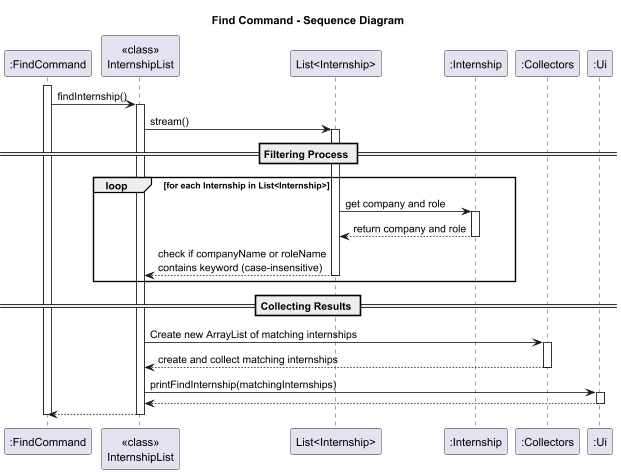
This is docs/diagrams/FindCommandSD.png from BenyAlbatross/tp, a PlantUML export, as it was before one commit. Its diagram source:
```plantuml
@startuml
title Find Command - Sequence Diagram

participant ":FindCommand" as FC
participant "<<class>>\nInternshipList" as IL
participant "List<Internship>" as LI
participant ":Internship" as IN
participant ":Collectors" as CO
participant ":Ui" as Ui

activate FC
FC -> IL: findInternship()
activate IL
IL -> LI: stream()
activate LI

== Filtering Process ==
loop for each Internship in List<Internship>
    LI -> IN: get company and role
    activate IN
    IN --> LI: return company and role
    deactivate IN
    LI --> IL: check if companyName or roleName\ncontains keyword (case-insensitive)
    deactivate LI
end

== Collecting Results ==
IL -> CO: Create new ArrayList of matching internships
activate CO
CO --> IL: create and collect matching internships
deactivate CO

IL -> Ui: printFindInternship(matchingInternships)
activate Ui
Ui --> IL
deactivate Ui

IL --> FC
deactivate IL
deactivate FC

@enduml
```
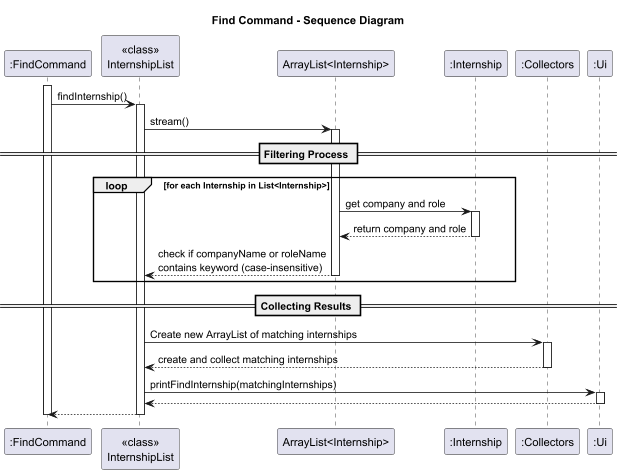
After the change.

Commit message:
Add sequence diagram for AddCommand

Change to the diagram source:
```diff
@@ -3,7 +3,7 @@
 
 participant ":FindCommand" as FC
 participant "<<class>>\nInternshipList" as IL
-participant "List<Internship>" as LI
+participant "ArrayList<Internship>" as LI
 participant ":Internship" as IN
 participant ":Collectors" as CO
 participant ":Ui" as Ui
```
